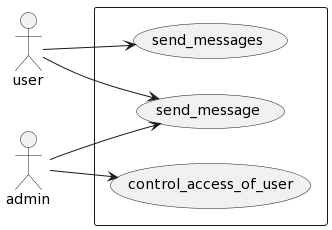
This is uml_converter/app/templates/puml.png from ashwinkrishna979/uml_generator, a PlantUML export, as it was before one commit.
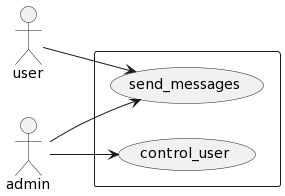
Above is the later version.

The edit, as a diff of the source:
```diff
@@ -3,12 +3,10 @@
 actor user as f0
 actor admin as f1
 rectangle {
-usecase send_message as u0
-usecase control_access_of_user as u1
-usecase send_messages as u2
+usecase control_user as u0
+usecase send_messages as u1
 }
-f0 --> u2
-f0 --> u0
+f0 --> u1
+f1 --> u1
 f1 --> u0
-f1 --> u1
 @enduml
```
